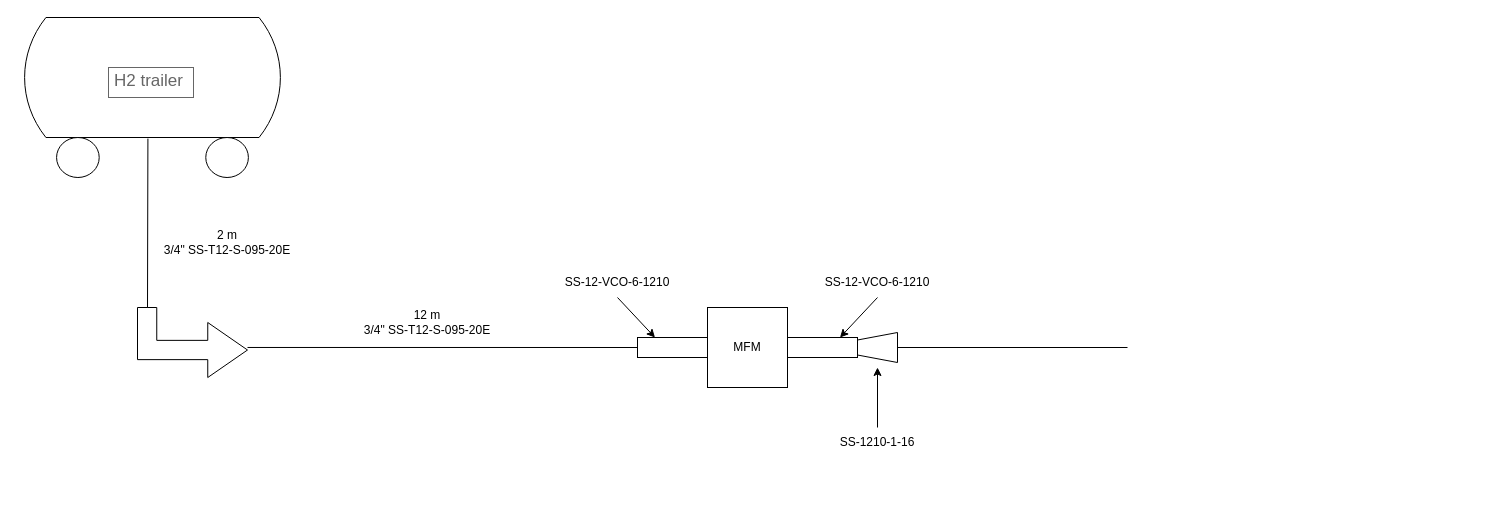
gatw/draw_io keeps this draw.io diagram as deyalyedIgnitionFullsetup.drawio. Above is the earlier version. Source tidied: cells renumbered, new cells numbered last; positions are measured from the earlier drawing's top-left corner, leaving out a move shared by most shapes. Both pictures are drawn from the tidied source at 100%, with x=0, y=0 at pixel (17, 17).
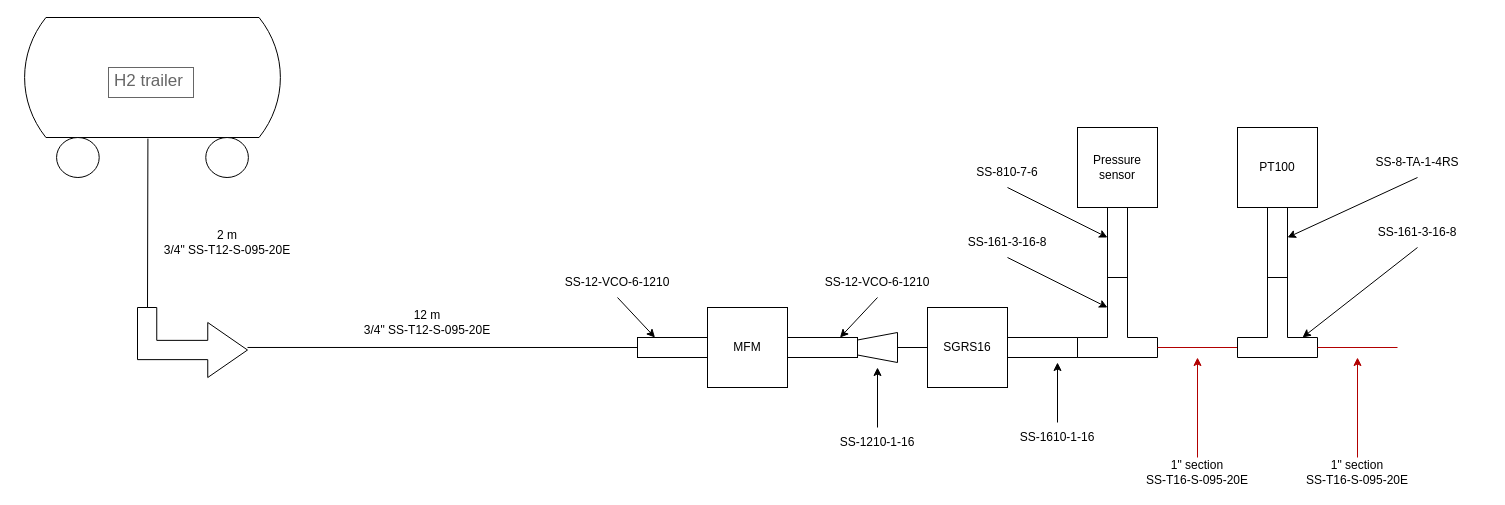
The same page after the edit.

Diff of the diagram source:
```diff
@@
     <mxCell id="21" style="endArrow=none;html=1;rounded=0;defaultLabelBackgroundColor=page;" parent="1" edge="1">
       <mxGeometry relative="1" as="geometry">
         <mxPoint x="880" y="330" as="sourcePoint" />
-        <mxPoint x="1110" y="330" as="targetPoint" />
+        <mxPoint x="910" y="330" as="targetPoint" />
       </mxGeometry>
     </mxCell>
+    <mxCell id="22" value="SGRS16" style="whiteSpace=wrap;html=1;" parent="1" vertex="1">
+      <mxGeometry x="910" y="290" width="80" height="80" as="geometry" />
+    </mxCell>
+    <mxCell id="23" style="rounded=0;whiteSpace=wrap;html=1;" parent="1" vertex="1">
+      <mxGeometry x="990" y="320" width="70" height="20" as="geometry" />
+    </mxCell>
+    <mxCell id="24" value="SS-1610-1-16" style="text;html=1;whiteSpace=wrap;strokeColor=none;fillColor=none;align=center;verticalAlign=middle;rounded=0;" parent="1" vertex="1">
+      <mxGeometry x="970" y="405" width="140" height="30" as="geometry" />
+    </mxCell>
+    <mxCell id="25" style="endArrow=classic;html=1;rounded=0;defaultLabelBackgroundColor=page;" parent="1" edge="1" source="24">
+      <mxGeometry relative="1" as="geometry">
+        <mxPoint x="1040" y="345" as="targetPoint" />
+      </mxGeometry>
+    </mxCell>
+    <mxCell id="26" style="shape=tee;whiteSpace=wrap;html=1;rotation=-180;" parent="1" vertex="1">
+      <mxGeometry x="1060" y="260" width="80" height="80" as="geometry" />
+    </mxCell>
+    <mxCell id="27" value="SS-161-3-16-8" style="text;html=1;whiteSpace=wrap;strokeColor=none;fillColor=none;align=center;verticalAlign=middle;rounded=0;" parent="1" vertex="1">
+      <mxGeometry x="920" y="210" width="140" height="30" as="geometry" />
+    </mxCell>
+    <mxCell id="28" style="endArrow=classic;html=1;rounded=0;defaultLabelBackgroundColor=page;entryX=0;entryY=0;entryDx=50;entryDy=50;exitX=0.5;exitY=1;exitDx=0;exitDy=0;entryPerimeter=0;" parent="1" edge="1" source="27" target="26">
+      <mxGeometry relative="1" as="geometry" />
+    </mxCell>
+    <mxCell id="29" style="rounded=0;whiteSpace=wrap;html=1;rotation=90;" parent="1" vertex="1">
+      <mxGeometry x="1065" y="215" width="70" height="20" as="geometry" />
+    </mxCell>
+    <mxCell id="30" value="SS-810-7-6" style="text;html=1;whiteSpace=wrap;strokeColor=none;fillColor=none;align=center;verticalAlign=middle;rounded=0;" parent="1" vertex="1">
+      <mxGeometry x="920" y="140" width="140" height="30" as="geometry" />
+    </mxCell>
+    <mxCell id="31" style="endArrow=classic;html=1;rounded=0;defaultLabelBackgroundColor=page;exitX=0.5;exitY=1;exitDx=0;exitDy=0;" parent="1" edge="1" source="30">
+      <mxGeometry relative="1" as="geometry">
+        <mxPoint x="1090" y="220" as="targetPoint" />
+      </mxGeometry>
+    </mxCell>
+    <mxCell id="32" value="&lt;div&gt;Pressure&lt;/div&gt;&lt;div&gt;sensor&lt;/div&gt;" style="whiteSpace=wrap;html=1;" parent="1" vertex="1">
+      <mxGeometry x="1060" y="110" width="80" height="80" as="geometry" />
+    </mxCell>
+    <mxCell id="33" style="endArrow=none;html=1;rounded=0;defaultLabelBackgroundColor=page;fillColor=#e51400;strokeColor=#B20000;" parent="1" edge="1">
+      <mxGeometry relative="1" as="geometry">
+        <mxPoint x="1140" y="330" as="sourcePoint" />
+        <mxPoint x="1220" y="330" as="targetPoint" />
+      </mxGeometry>
+    </mxCell>
+    <mxCell id="34" style="endArrow=classic;html=1;rounded=0;defaultLabelBackgroundColor=page;fillColor=#e51400;strokeColor=#B20000;" parent="1" edge="1">
+      <mxGeometry relative="1" as="geometry">
+        <mxPoint x="1180" y="440" as="sourcePoint" />
+        <mxPoint x="1180" y="340" as="targetPoint" />
+      </mxGeometry>
+    </mxCell>
+    <mxCell id="35" value="&lt;div&gt;1&quot; section&lt;/div&gt;&lt;div&gt;SS-T16-S-095-20E&lt;/div&gt;" style="text;html=1;whiteSpace=wrap;strokeColor=none;fillColor=none;align=center;verticalAlign=middle;rounded=0;fontColor=light-dark(#000000,#FF0000);" parent="1" vertex="1">
+      <mxGeometry x="1120" y="440" width="120" height="30" as="geometry" />
+    </mxCell>
+    <mxCell id="36" style="shape=tee;whiteSpace=wrap;html=1;rotation=-180;" parent="1" vertex="1">
+      <mxGeometry x="1220" y="260" width="80" height="80" as="geometry" />
+    </mxCell>
+    <mxCell id="37" style="rounded=0;whiteSpace=wrap;html=1;rotation=90;" parent="1" vertex="1">
+      <mxGeometry x="1225" y="215" width="70" height="20" as="geometry" />
+    </mxCell>
+    <mxCell id="38" value="PT100" style="whiteSpace=wrap;html=1;" parent="1" vertex="1">
+      <mxGeometry x="1220" y="110" width="80" height="80" as="geometry" />
+    </mxCell>
+    <mxCell id="39" value="SS-161-3-16-8" style="text;html=1;whiteSpace=wrap;strokeColor=none;fillColor=none;align=center;verticalAlign=middle;rounded=0;" parent="1" vertex="1">
+      <mxGeometry x="1330" y="200" width="140" height="30" as="geometry" />
+    </mxCell>
+    <mxCell id="40" style="endArrow=classic;html=1;rounded=0;defaultLabelBackgroundColor=page;entryX=0;entryY=0;entryDx=15;entryDy=20;exitX=0.5;exitY=1;exitDx=0;exitDy=0;entryPerimeter=0;" parent="1" edge="1" source="39" target="36">
+      <mxGeometry relative="1" as="geometry" />
+    </mxCell>
+    <mxCell id="41" value="SS-8-TA-1-4RS" style="text;html=1;whiteSpace=wrap;strokeColor=none;fillColor=none;align=center;verticalAlign=middle;rounded=0;" parent="1" vertex="1">
+      <mxGeometry x="1330" y="130" width="140" height="30" as="geometry" />
+    </mxCell>
+    <mxCell id="42" style="endArrow=classic;html=1;rounded=0;defaultLabelBackgroundColor=page;exitX=0.5;exitY=1;exitDx=0;exitDy=0;" parent="1" edge="1" source="41">
+      <mxGeometry relative="1" as="geometry">
+        <mxPoint x="1270" y="220" as="targetPoint" />
+      </mxGeometry>
+    </mxCell>
+    <mxCell id="43" style="endArrow=none;html=1;rounded=0;defaultLabelBackgroundColor=page;fillColor=#e51400;strokeColor=#B20000;" parent="1" edge="1">
+      <mxGeometry relative="1" as="geometry">
+        <mxPoint x="1300" y="330" as="sourcePoint" />
+        <mxPoint x="1380" y="330" as="targetPoint" />
+      </mxGeometry>
+    </mxCell>
+    <mxCell id="44" style="endArrow=classic;html=1;rounded=0;defaultLabelBackgroundColor=page;fillColor=#e51400;strokeColor=#B20000;" parent="1" edge="1">
+      <mxGeometry relative="1" as="geometry">
+        <mxPoint x="1340" y="440" as="sourcePoint" />
+        <mxPoint x="1340" y="340" as="targetPoint" />
+      </mxGeometry>
+    </mxCell>
+    <mxCell id="45" value="&lt;div&gt;1&quot; section&lt;/div&gt;&lt;div&gt;SS-T16-S-095-20E&lt;/div&gt;" style="text;html=1;whiteSpace=wrap;strokeColor=none;fillColor=none;align=center;verticalAlign=middle;rounded=0;fontColor=light-dark(#000000,#FF0000);" parent="1" vertex="1">
+      <mxGeometry x="1280" y="440" width="120" height="30" as="geometry" />
+    </mxCell>
```
